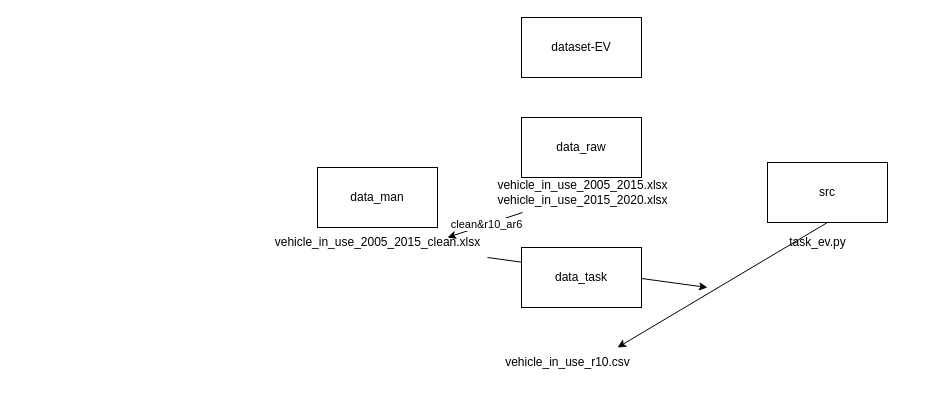
Before: strucutre.drawio in jenchen95/dataset-EV, a draw.io diagram. Source tidied: cells renumbered, new cells numbered last; positions are measured from the earlier drawing's top-left corner, leaving out a move shared by most shapes. Both pictures are drawn from the tidied source at 100%, with x=0, y=0 at pixel (262, 17).
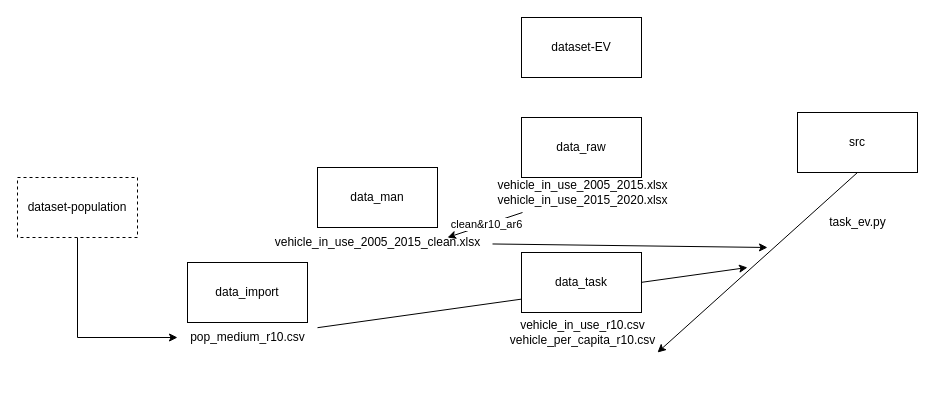
The same diagram, later.

Commit message (it also covers changes not shown here):
[data] vehicle_per_capita in r10 category

Unchanged cells that the change refers to:
```xml
<mxCell id="7" value="vehicle_in_use_2005_2015_clean.xlsx" style="text;html=1;align=center;verticalAlign=middle;points=[];strokeColor=none;fillColor=none;" parent="1" vertex="1">
  <mxGeometry y="210" width="230" height="30" as="geometry" />
</mxCell>
```

Change to the diagram source:
```diff
@@
+    <mxCell id="15" style="endArrow=classic;html=1;rounded=0;" parent="1" edge="1" source="17">
+      <mxGeometry relative="1" as="geometry">
+        <mxPoint x="485" y="250" as="targetPoint" />
+      </mxGeometry>
+    </mxCell>
     <mxCell id="2" style="endArrow=classic;html=1;rounded=0;" parent="1" edge="1" source="7">
       <mxGeometry relative="1" as="geometry">
-        <mxPoint x="445" y="270" as="targetPoint" />
+        <mxPoint x="505" y="230" as="targetPoint" />
       </mxGeometry>
     </mxCell>
@@
     <mxCell id="5" value="data_task" style="rounded=0;whiteSpace=wrap;html=1;" parent="1" vertex="1">
-      <mxGeometry x="259" y="230" width="120" height="60" as="geometry" />
+      <mxGeometry x="259" y="235" width="120" height="60" as="geometry" />
     </mxCell>
@@
     <mxCell id="11" value="src" style="rounded=0;whiteSpace=wrap;html=1;" parent="1" vertex="1">
-      <mxGeometry x="505" y="145" width="120" height="60" as="geometry" />
+      <mxGeometry x="535" y="95" width="120" height="60" as="geometry" />
     </mxCell>
     <mxCell id="12" value="task_ev.py" style="text;html=1;align=center;verticalAlign=middle;strokeColor=none;fillColor=none;" parent="1" vertex="1">
-      <mxGeometry x="515" y="210" width="80" height="30" as="geometry" />
+      <mxGeometry x="555" y="190" width="80" height="30" as="geometry" />
     </mxCell>
     <mxCell id="13" style="endArrow=classic;html=1;rounded=0;exitX=0.5;exitY=1;exitDx=0;exitDy=0;" parent="1" edge="1" source="11">
       <mxGeometry relative="1" as="geometry">
-        <mxPoint x="355" y="330" as="targetPoint" />
+        <mxPoint x="395" y="335" as="targetPoint" />
       </mxGeometry>
     </mxCell>
-    <mxCell id="14" value="vehicle_in_use_r10.csv" style="text;html=1;align=center;verticalAlign=middle;strokeColor=none;fillColor=none;" parent="1" vertex="1">
-      <mxGeometry x="230" y="330" width="150" height="30" as="geometry" />
+    <mxCell id="14" value="vehicle_in_use_r10.csv&lt;br&gt;vehicle_per_capita_r10.csv" style="text;html=1;align=center;verticalAlign=middle;strokeColor=none;fillColor=none;" parent="1" vertex="1">
+      <mxGeometry x="235" y="295" width="170" height="40" as="geometry" />
     </mxCell>
+    <mxCell id="16" value="data_import" style="rounded=0;whiteSpace=wrap;html=1;" parent="1" vertex="1">
+      <mxGeometry x="-75" y="245" width="120" height="60" as="geometry" />
+    </mxCell>
+    <mxCell id="17" value="pop_medium_r10.csv" style="text;html=1;align=center;verticalAlign=middle;points=[];strokeColor=none;fillColor=none;" parent="1" vertex="1">
+      <mxGeometry x="-85" y="305" width="140" height="30" as="geometry" />
+    </mxCell>
+    <mxCell id="18" style="edgeStyle=orthogonalEdgeStyle;rounded=0;jettySize=auto;html=1;exitX=0.5;exitY=1;exitDx=0;exitDy=0;" parent="1" edge="1" source="19" target="17">
+      <mxGeometry relative="1" as="geometry">
+        <Array as="points">
+          <mxPoint x="-185" y="320" />
+        </Array>
+      </mxGeometry>
+    </mxCell>
+    <mxCell id="19" value="dataset-population" style="rounded=0;whiteSpace=wrap;html=1;dashed=1;" parent="1" vertex="1">
+      <mxGeometry x="-245" y="160" width="120" height="60" as="geometry" />
+    </mxCell>
```
